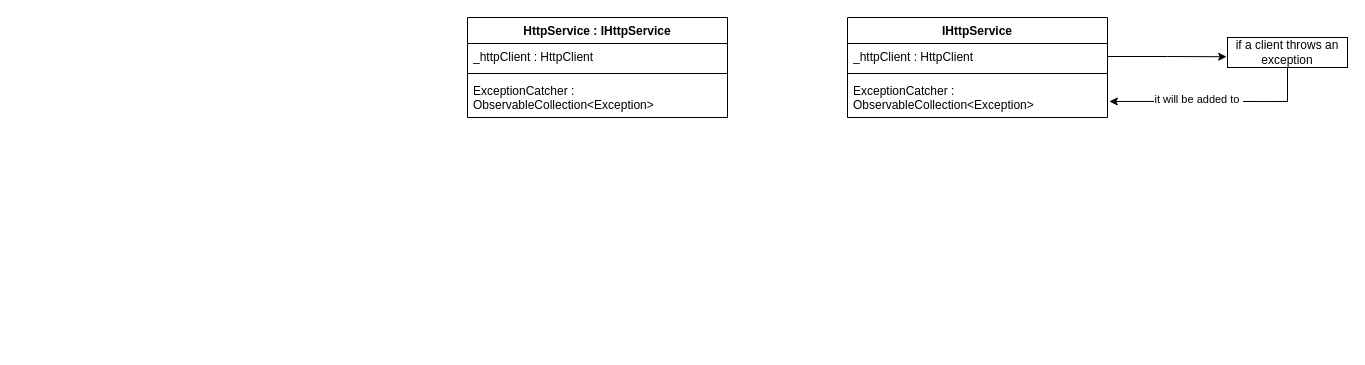
Earlier version of the draw.io diagram diagrams/HttpClientHandler.drawio (Azero77/QuizApp). Source tidied: cells renumbered, new cells numbered last; positions are measured from the earlier drawing's top-left corner, leaving out a move shared by most shapes. Both pictures are drawn from the tidied source at 100%, with x=0, y=0 at pixel (467, 17).
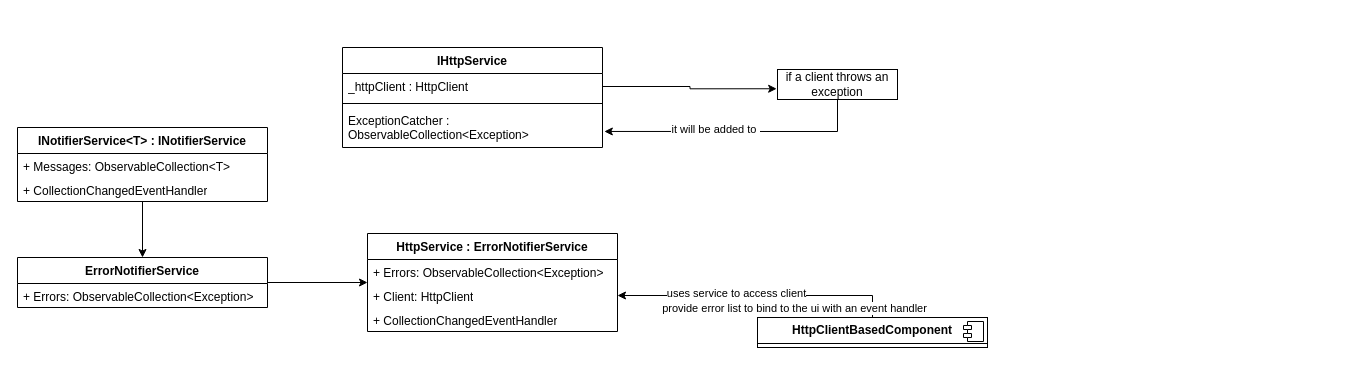
Above is the later version.

Commit message:
added httpClient handler

Diff of the diagram source:
```diff
@@
     <mxCell id="2" value="IHttpService" style="swimlane;fontStyle=1;align=center;verticalAlign=top;horizontal=1;startSize=26;whiteSpace=wrap;html=1;" parent="1" vertex="1">
-      <mxGeometry x="380" width="260" height="100" as="geometry" />
+      <mxGeometry x="-125" y="30" width="260" height="100" as="geometry" />
     </mxCell>
@@
     <mxCell id="6" value="if a client throws an exception" style="rounded=0;whiteSpace=wrap;html=1;" parent="1" vertex="1">
-      <mxGeometry x="760" y="20" width="120" height="30" as="geometry" />
+      <mxGeometry x="310" y="52" width="120" height="30" as="geometry" />
     </mxCell>
@@
-    <mxCell id="10" value="HttpService : IHttpService" style="swimlane;fontStyle=1;align=center;verticalAlign=top;horizontal=1;startSize=26;whiteSpace=wrap;html=1;" parent="1" vertex="1">
-      <mxGeometry width="260" height="100" as="geometry" />
-    </mxCell>
-    <mxCell id="11" value="_httpClient : HttpClient" style="text;strokeColor=none;fillColor=none;align=left;verticalAlign=top;spacingLeft=4;spacingRight=4;overflow=hidden;whiteSpace=wrap;html=1;" parent="10" vertex="1">
-      <mxGeometry y="26" width="260" height="26" as="geometry" />
-    </mxCell>
-    <mxCell id="12" style="line;strokeWidth=1;fillColor=none;align=left;verticalAlign=middle;spacingTop=-1;spacingLeft=3;spacingRight=3;labelPosition=right;strokeColor=inherit;" parent="10" vertex="1">
-      <mxGeometry y="52" width="260" height="8" as="geometry" />
-    </mxCell>
-    <mxCell id="13" value="ExceptionCatcher : ObservableCollection&amp;lt;Exception&amp;gt;" style="text;strokeColor=none;fillColor=none;align=left;verticalAlign=top;spacingLeft=4;spacingRight=4;overflow=hidden;whiteSpace=wrap;html=1;" parent="10" vertex="1">
-      <mxGeometry y="60" width="260" height="40" as="geometry" />
-    </mxCell>
+    <mxCell id="14" style="edgeStyle=orthogonalEdgeStyle;rounded=0;jettySize=auto;html=1;" parent="1" edge="1" source="15" target="19">
+      <mxGeometry relative="1" as="geometry" />
+    </mxCell>
+    <mxCell id="15" value="INotifierService&amp;lt;T&amp;gt; : INotifierService" style="swimlane;fontStyle=1;align=center;verticalAlign=top;horizontal=1;startSize=26;whiteSpace=wrap;html=1;" parent="1" vertex="1">
+      <mxGeometry x="-450" y="110" width="250" height="74" as="geometry" />
+    </mxCell>
+    <mxCell id="16" value="+ Messages: ObservableCollection&amp;lt;T&amp;gt;" style="text;strokeColor=none;fillColor=none;align=left;verticalAlign=top;spacingLeft=4;spacingRight=4;overflow=hidden;whiteSpace=wrap;html=1;" parent="15" vertex="1">
+      <mxGeometry y="26" width="250" height="24" as="geometry" />
+    </mxCell>
+    <mxCell id="17" value="+ CollectionChangedEventHandler" style="text;strokeColor=none;fillColor=none;align=left;verticalAlign=top;spacingLeft=4;spacingRight=4;overflow=hidden;whiteSpace=wrap;html=1;" parent="15" vertex="1">
+      <mxGeometry y="50" width="250" height="24" as="geometry" />
+    </mxCell>
+    <mxCell id="18" style="edgeStyle=orthogonalEdgeStyle;rounded=0;jettySize=auto;html=1;" parent="1" edge="1" source="19" target="21">
+      <mxGeometry relative="1" as="geometry" />
+    </mxCell>
+    <mxCell id="19" value="ErrorNotifierService" style="swimlane;fontStyle=1;align=center;verticalAlign=top;horizontal=1;startSize=26;whiteSpace=wrap;html=1;" parent="1" vertex="1">
+      <mxGeometry x="-450" y="240" width="250" height="50" as="geometry" />
+    </mxCell>
+    <mxCell id="20" value="+ Errors: ObservableCollection&amp;lt;Exception&amp;gt;" style="text;strokeColor=none;fillColor=none;align=left;verticalAlign=top;spacingLeft=4;spacingRight=4;overflow=hidden;whiteSpace=wrap;html=1;" parent="19" vertex="1">
+      <mxGeometry y="26" width="250" height="24" as="geometry" />
+    </mxCell>
+    <mxCell id="21" value="HttpService : ErrorNotifierService" style="swimlane;fontStyle=1;align=center;verticalAlign=top;horizontal=1;startSize=26;whiteSpace=wrap;html=1;" parent="1" vertex="1">
+      <mxGeometry x="-100" y="216" width="250" height="98" as="geometry" />
+    </mxCell>
+    <mxCell id="22" value="+ Errors: ObservableCollection&amp;lt;Exception&amp;gt;" style="text;strokeColor=none;fillColor=none;align=left;verticalAlign=top;spacingLeft=4;spacingRight=4;overflow=hidden;whiteSpace=wrap;html=1;" parent="21" vertex="1">
+      <mxGeometry y="26" width="250" height="24" as="geometry" />
+    </mxCell>
+    <mxCell id="23" value="+ Client: HttpClient" style="text;strokeColor=none;fillColor=none;align=left;verticalAlign=top;spacingLeft=4;spacingRight=4;overflow=hidden;points=[[0,0.5],[1,0.5]];portConstraint=eastwest;whiteSpace=wrap;html=1;" parent="21" vertex="1">
+      <mxGeometry y="50" width="250" height="24" as="geometry" />
+    </mxCell>
+    <mxCell id="24" value="+ CollectionChangedEventHandler" style="text;strokeColor=none;fillColor=none;align=left;verticalAlign=top;spacingLeft=4;spacingRight=4;overflow=hidden;whiteSpace=wrap;html=1;" parent="21" vertex="1">
+      <mxGeometry y="74" width="250" height="24" as="geometry" />
+    </mxCell>
+    <mxCell id="25" style="edgeStyle=orthogonalEdgeStyle;rounded=0;jettySize=auto;html=1;" parent="1" edge="1" source="28" target="23">
+      <mxGeometry relative="1" as="geometry" />
+    </mxCell>
+    <mxCell id="26" value="uses service to access client" style="edgeLabel;html=1;align=center;verticalAlign=middle;" parent="25" vertex="1">
+      <mxGeometry x="0.15" y="-3" relative="1" as="geometry" />
+    </mxCell>
+    <mxCell id="27" value="provide error list to bind to the ui with an event handler" style="edgeLabel;html=1;align=center;verticalAlign=middle;" parent="25" vertex="1">
+      <mxGeometry x="0.14" relative="1" as="geometry">
+        <mxPoint x="57" y="12" as="offset" />
+      </mxGeometry>
+    </mxCell>
+    <mxCell id="28" value="&lt;p style=&quot;margin:0px;margin-top:6px;text-align:center;&quot;&gt;&lt;b&gt;HttpClientBasedComponent&lt;/b&gt;&lt;/p&gt;&lt;hr size=&quot;1&quot; style=&quot;border-style:solid;&quot;&gt;&lt;p style=&quot;margin:0px;margin-left:8px;&quot;&gt;&lt;br&gt;&lt;/p&gt;" style="align=left;overflow=fill;html=1;whiteSpace=wrap;" parent="1" vertex="1">
+      <mxGeometry x="290" y="300" width="230" height="30" as="geometry" />
+    </mxCell>
+    <mxCell id="29" style="shape=component;jettyWidth=8;jettyHeight=4;" parent="28" vertex="1">
+      <mxGeometry x="1" width="20" height="20" relative="1" as="geometry">
+        <mxPoint x="-24" y="4" as="offset" />
+      </mxGeometry>
+    </mxCell>
```
